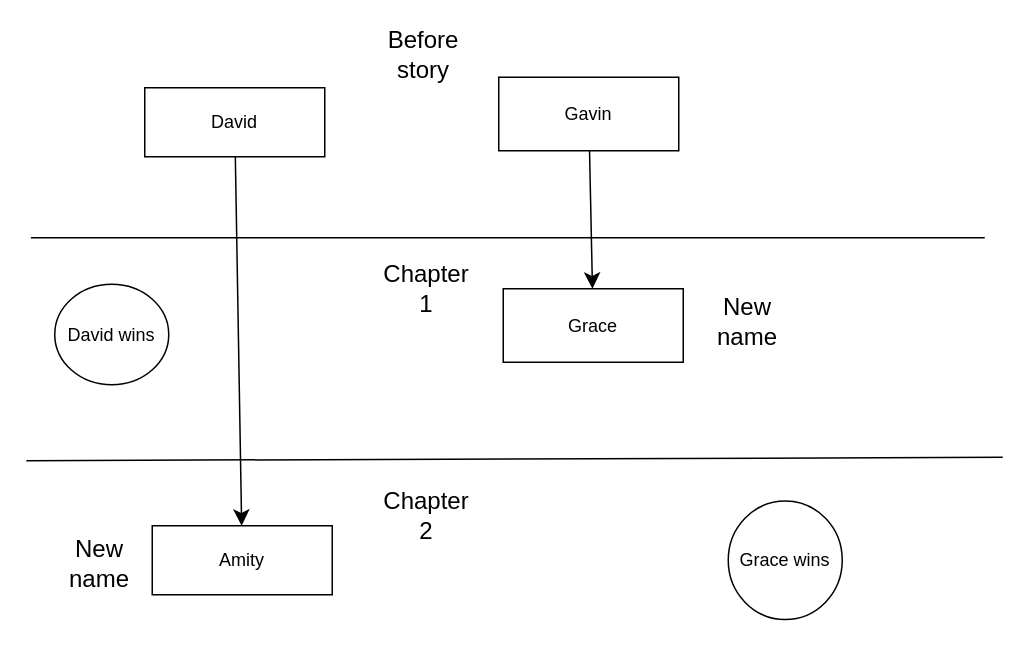
Earlier version of the draw.io diagram Character and plot notes/FDBLED_plot.drawio (RobbingSpree/FDBLED-Novel). Source tidied: cells renumbered, new cells numbered last; positions are measured from the earlier drawing's top-left corner, leaving out a move shared by most shapes. Both pictures are drawn from the tidied source at 150%, with x=0, y=0 at pixel (26, 32).
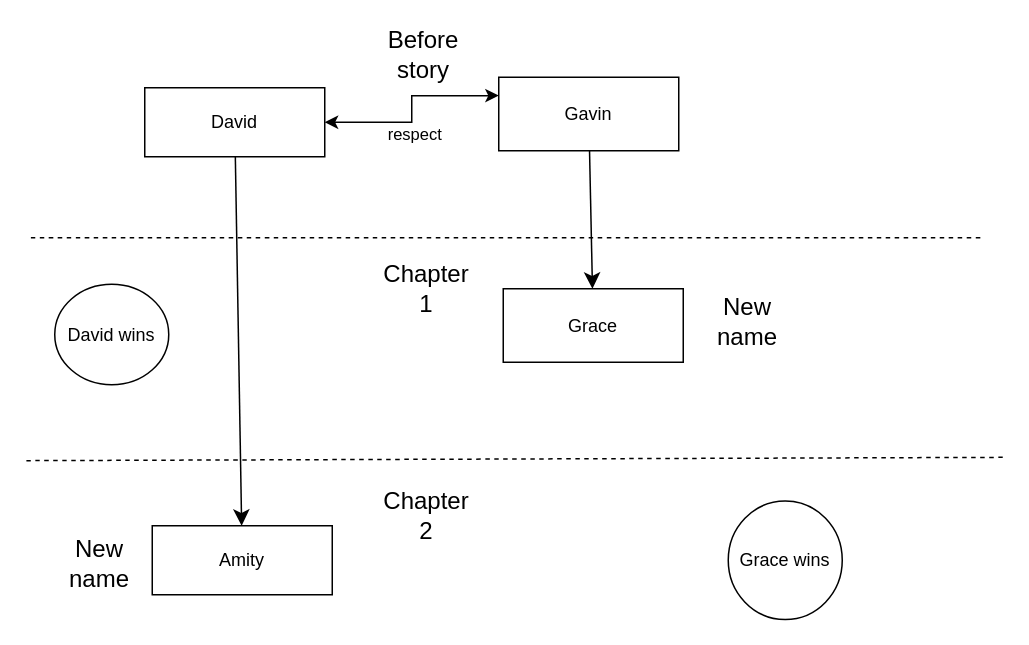
Above is the later version.

The change refers to these unchanged cells:
```xml
<mxCell id="3" value="David" style="whiteSpace=wrap;html=1;" parent="1" vertex="1">
  <mxGeometry x="79" y="37" width="120" height="46" as="geometry" />
</mxCell>
<mxCell id="6" value="Gavin" style="whiteSpace=wrap;html=1;" parent="1" vertex="1">
  <mxGeometry x="315" y="30" width="120" height="49" as="geometry" />
</mxCell>
```

The edit, as a diff of the source:
```diff
@@
+    <mxCell id="17" style="edgeStyle=orthogonalEdgeStyle;rounded=0;jettySize=auto;html=1;entryX=0;entryY=0.25;entryDx=0;entryDy=0;startArrow=classic;startFill=1;" parent="1" edge="1" source="3" target="6">
+      <mxGeometry relative="1" as="geometry" />
+    </mxCell>
+    <mxCell id="18" value="&lt;div&gt;respect&lt;/div&gt;" style="edgeLabel;html=1;align=center;verticalAlign=middle;" parent="17" vertex="1">
+      <mxGeometry x="-0.13" y="-5" relative="1" as="geometry">
+        <mxPoint x="-4" y="7" as="offset" />
+      </mxGeometry>
+    </mxCell>
@@
-    <mxCell id="8" style="edgeStyle=none;orthogonalLoop=1;jettySize=auto;html=1;rounded=0;fontSize=12;startSize=8;endSize=8;curved=1;endArrow=none;endFill=0;" parent="1" edge="1">
+    <mxCell id="8" style="edgeStyle=none;orthogonalLoop=1;jettySize=auto;html=1;rounded=0;fontSize=12;startSize=8;endSize=8;curved=1;endArrow=none;endFill=0;dashed=1;" parent="1" edge="1">
       <mxGeometry relative="1" as="geometry">
         <mxPoint x="3.1" y="137" as="sourcePoint" />
         <mxPoint x="639" y="137" as="targetPoint" />
       </mxGeometry>
     </mxCell>
@@
-    <mxCell id="11" style="edgeStyle=none;orthogonalLoop=1;jettySize=auto;html=1;rounded=0;fontSize=12;startSize=8;endSize=8;curved=1;endArrow=none;endFill=0;" parent="1" edge="1">
+    <mxCell id="11" style="edgeStyle=none;orthogonalLoop=1;jettySize=auto;html=1;rounded=0;fontSize=12;startSize=8;endSize=8;curved=1;endArrow=none;endFill=0;dashed=1;" parent="1" edge="1">
       <mxGeometry relative="1" as="geometry">
         <mxPoint x="0.1" y="285.6" as="sourcePoint" />
         <mxPoint x="651" y="283.4" as="targetPoint" />
       </mxGeometry>
     </mxCell>
```
